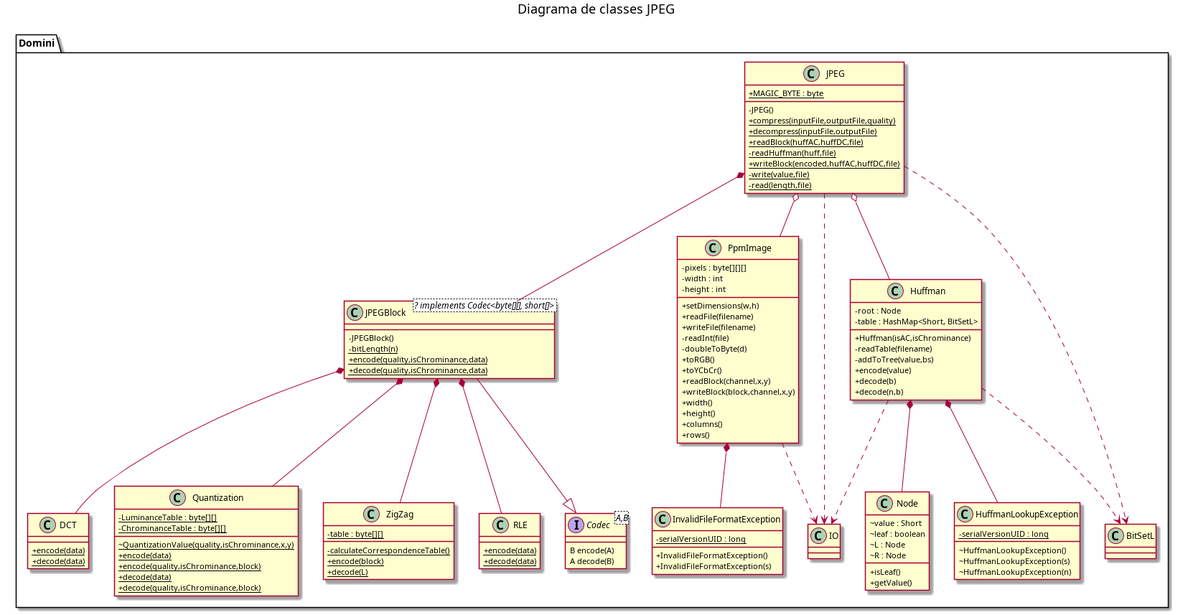
Above: doc/UML/DiagramaClasses_JPEG.png in Leixb/UPC-PROP_Compressor (PlantUML), before the change.
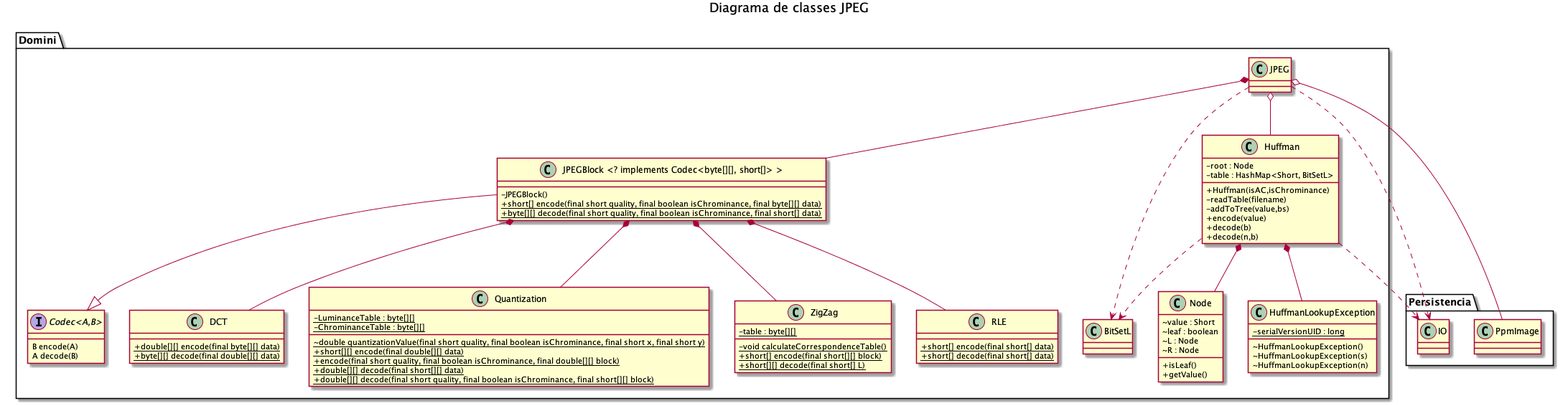
After the change.

The edit, as a diff of the source:
```diff
@@ -1,72 +1,48 @@
 @startuml
 
 skinparam classAttributeIconSize 0
+skinparam genericDisplay old
 
 title Diagrama de classes JPEG
 
+package Persistencia {
+    class IO
+    class PpmImage
+}
+
 package Domini {
-    class JPEG {
-        {static}+MAGIC_BYTE : byte
-        - JPEG()
-        {static}+compress(inputFile,outputFile,quality)
-        {static}+decompress(inputFile,outputFile)
-        {static}+readBlock(huffAC,huffDC,file)
-        {static}-readHuffman(huff,file)
-        {static}+writeBlock(encoded,huffAC,huffDC,file)
-        {static}-write(value,file)
-        {static}-read(length,file)
+    class JPEG
+    interface Codec<A,B> {
+        B encode(A)
+        A decode(B)
     }
     class JPEGBlock as "JPEGBlock <? implements Codec<byte[][], short[]> >" {
         -JPEGBlock()
-        {static}-bitLength(n)
-        {static}+encode(quality,isChrominance,data)
-        {static}+decode(quality,isChrominance,data)
+        {static}+short[] encode(final short quality, final boolean isChrominance, final byte[][] data)
+        {static}+byte[][] decode(final short quality, final boolean isChrominance, final short[] data)
     }
     class DCT {
-        {static}+encode(data)
-        {static}+decode(data)
+        {static}+double[][] encode(final byte[][] data)
+        {static}+byte[][] decode(final double[][] data)
     }
     class Quantization {
         {static}-LuminanceTable : byte[][]
         {static}-ChrominanceTable : byte[][]
-        {static}~QuantizationValue(quality,isChrominance,x,y)
-        {static}+encode(data)
-        {static}+encode(quality,isChrominance,block)
-        {static}+decode(data)
-        {static}+decode(quality,isChrominance,block)
+        {static}~double quantizationValue(final short quality, final boolean isChrominance, final short x, final short y)
+        {static}+short[][] encode(final double[][] data)
+        {static}+encode(final short quality, final boolean isChrominance, final double[][] block)
+        {static}+double[][] decode(final short[][] data)
+        {static}+double[][] decode(final short quality, final boolean isChrominance, final short[][] block)
     }
     class ZigZag {
         {static}-table : byte[][]
-        {static}-calculateCorrespondenceTable()
-        {static}+encode(block)
-        {static}+decode(L)
+        {static}-void calculateCorrespondenceTable()
+        {static}+short[] encode(final short[][] block)
+        {static}+short[][] decode(final short[] L)
     }
     class RLE {
-        {static}+encode(data)
-        {static}+decode(data)
-    }
-    class PpmImage {
-        -pixels : byte[][][]
-        -width : int
-        -height : int
-        +setDimensions(w,h)
-        +readFile(filename)
-        +writeFile(filename)
-        -readInt(file)
-        -doubleToByte(d)
-        +toRGB()
-        +toYCbCr()
-        +readBlock(channel,x,y)
-        +writeBlock(block,channel,x,y)
-        +width()
-        +height()
-        +columns()
-        +rows()
-    }
-    class InvalidFileFormatException {
-        {static}-serialVersionUID : long
-        +InvalidFileFormatException()
-        +InvalidFileFormatException(s)
+        {static}+short[] encode(final short[] data)
+        {static}+short[] decode(final short[] data)
     }
     class Huffman {
         - root : Node
@@ -93,19 +69,10 @@
         ~ HuffmanLookupException(n)
     }
 
-    class IO {
-    }
-    interface Codec<A,B> {
-        B encode(A)
-        A decode(B)
-    }
-
     JPEG *-- JPEGBlock
     JPEG o-- PpmImage
     JPEG o-- Huffman
-
     JPEG ..> IO
-    PpmImage ..> IO
     Huffman ..> IO
 
     JPEG ..> BitSetL
@@ -117,7 +84,6 @@
     JPEGBlock *-- RLE
     JPEGBlock --|> Codec
 
-    PpmImage *-- InvalidFileFormatException
     Huffman *-- Node
     Huffman *-- HuffmanLookupException
 
```
